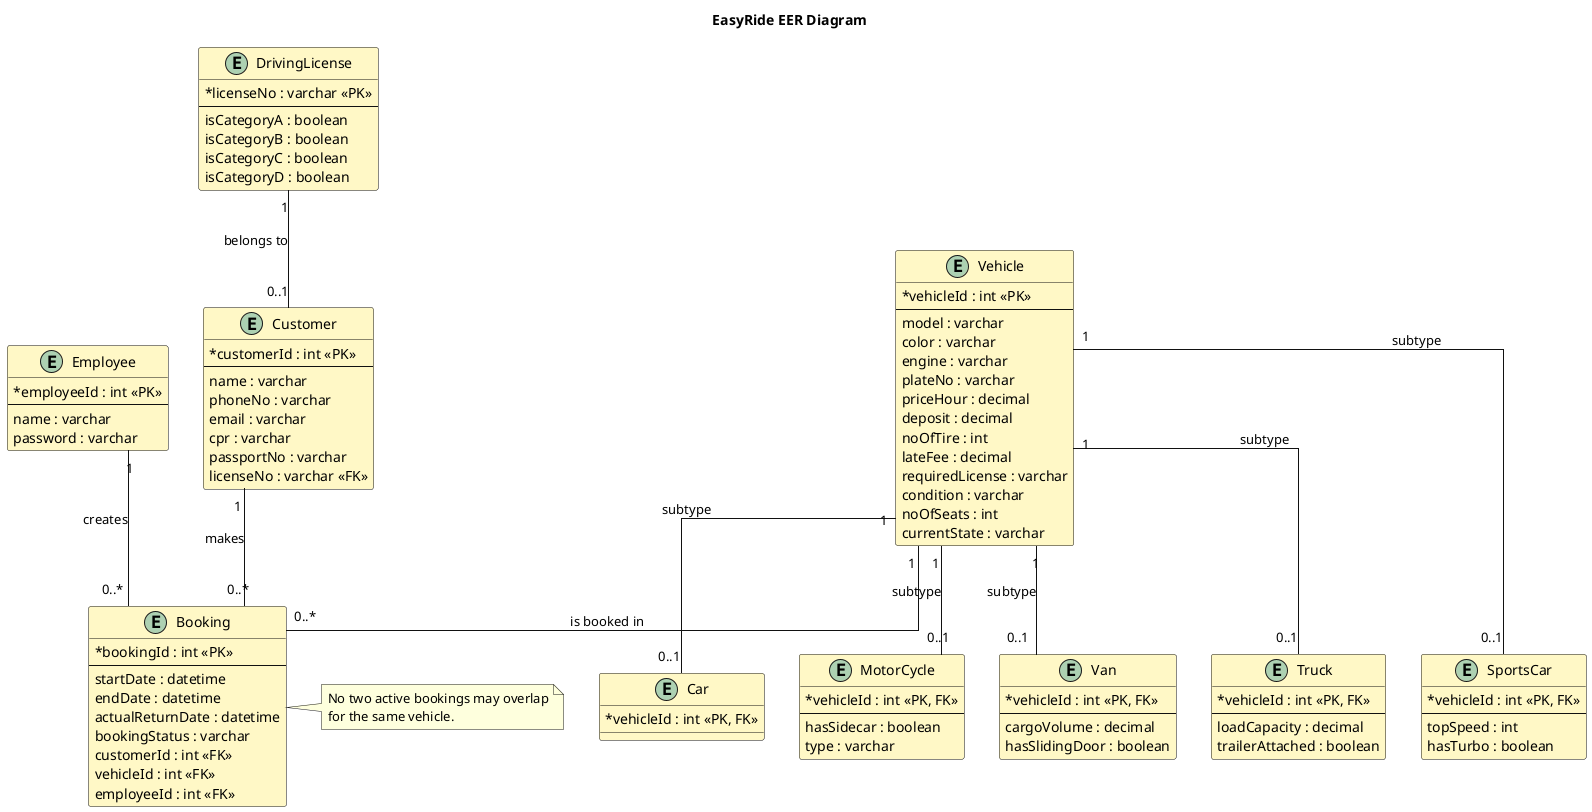
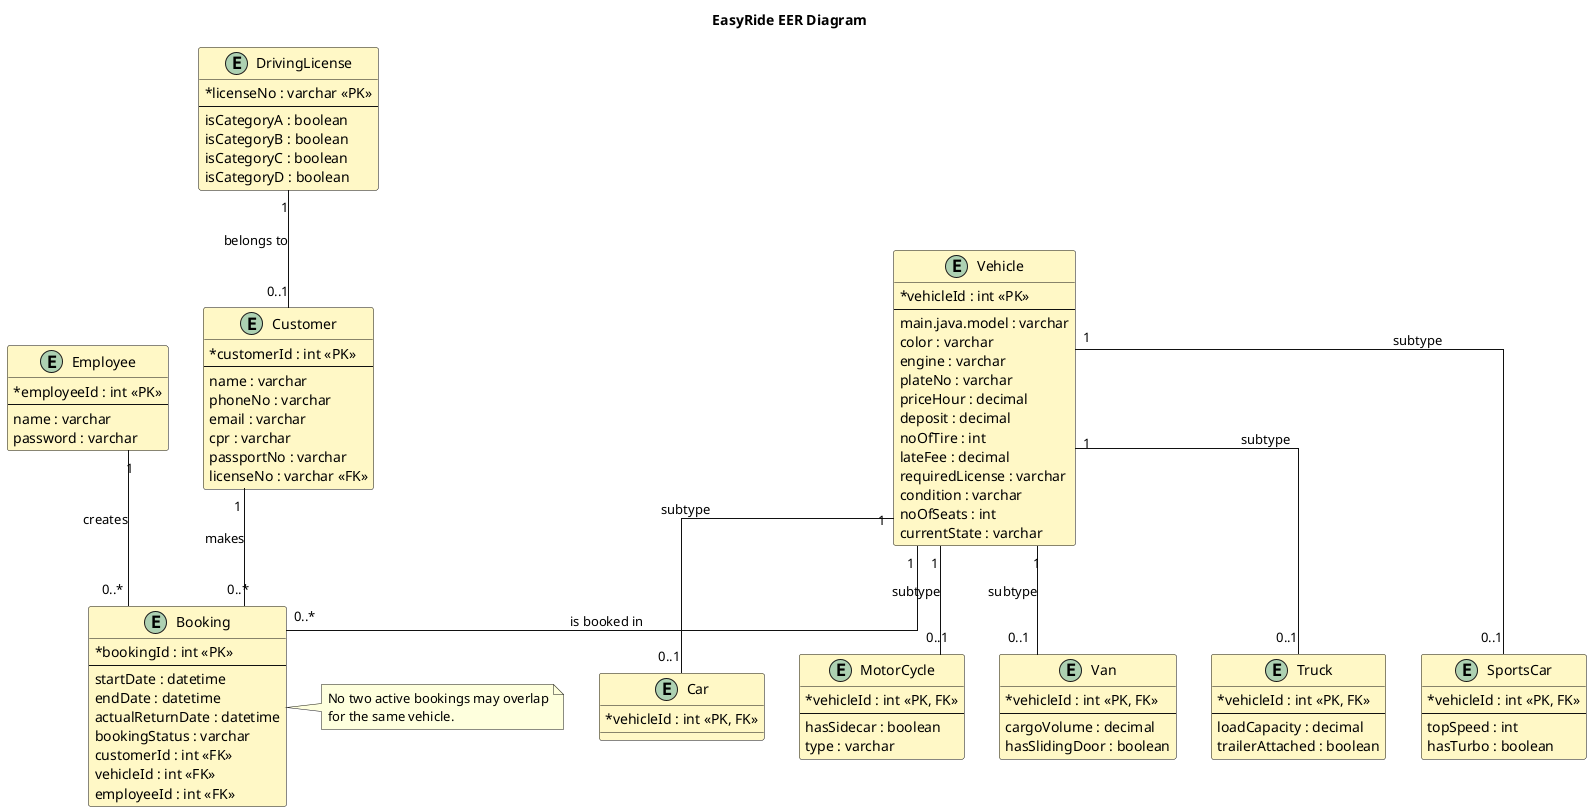
@startuml EasyRide_EER

title EasyRide EER Diagram

top to bottom direction

skinparam classAttributeIconSize 0
skinparam shadowing false
skinparam linetype ortho
skinparam class {
  BackgroundColor #FFF8C6
  BorderColor #111111
  ArrowColor #111111
}

entity Employee {
  * employeeId : int <<PK>>
  --
  name : varchar
  password : varchar
}

entity Customer {
  * customerId : int <<PK>>
  --
  name : varchar
  phoneNo : varchar
  email : varchar
  cpr : varchar
  passportNo : varchar
  licenseNo : varchar <<FK>>
}

entity DrivingLicense {
  * licenseNo : varchar <<PK>>
  --
  isCategoryA : boolean
  isCategoryB : boolean
  isCategoryC : boolean
  isCategoryD : boolean
}

entity Booking {
  * bookingId : int <<PK>>
  --
  startDate : datetime
  endDate : datetime
  actualReturnDate : datetime
  bookingStatus : varchar
  customerId : int <<FK>>
  vehicleId : int <<FK>>
  employeeId : int <<FK>>
}

entity Vehicle {
  * vehicleId : int <<PK>>
  --
-   model : varchar
+   main.java.model : varchar
  color : varchar
  engine : varchar
  plateNo : varchar
  priceHour : decimal
  deposit : decimal
  noOfTire : int
  lateFee : decimal
  requiredLicense : varchar
  condition : varchar
  noOfSeats : int
  currentState : varchar
}

entity Car {
  * vehicleId : int <<PK, FK>>
}

entity MotorCycle {
  * vehicleId : int <<PK, FK>>
  --
  hasSidecar : boolean
  type : varchar
}

entity Van {
  * vehicleId : int <<PK, FK>>
  --
  cargoVolume : decimal
  hasSlidingDoor : boolean
}

entity Truck {
  * vehicleId : int <<PK, FK>>
  --
  loadCapacity : decimal
  trailerAttached : boolean
}

entity SportsCar {
  * vehicleId : int <<PK, FK>>
  --
  topSpeed : int
  hasTurbo : boolean
}

DrivingLicense "1" -- "0..1" Customer : belongs to
Customer "1" -- "0..*" Booking : makes
Vehicle "1" -- "0..*" Booking : is booked in
Employee "1" -- "0..*" Booking : creates

Vehicle "1" -- "0..1" Car : subtype
Vehicle "1" -- "0..1" MotorCycle : subtype
Vehicle "1" -- "0..1" Van : subtype
Vehicle "1" -- "0..1" Truck : subtype
Vehicle "1" -- "0..1" SportsCar : subtype

note right of Booking
  No two active bookings may overlap
  for the same vehicle.
end note

@enduml
